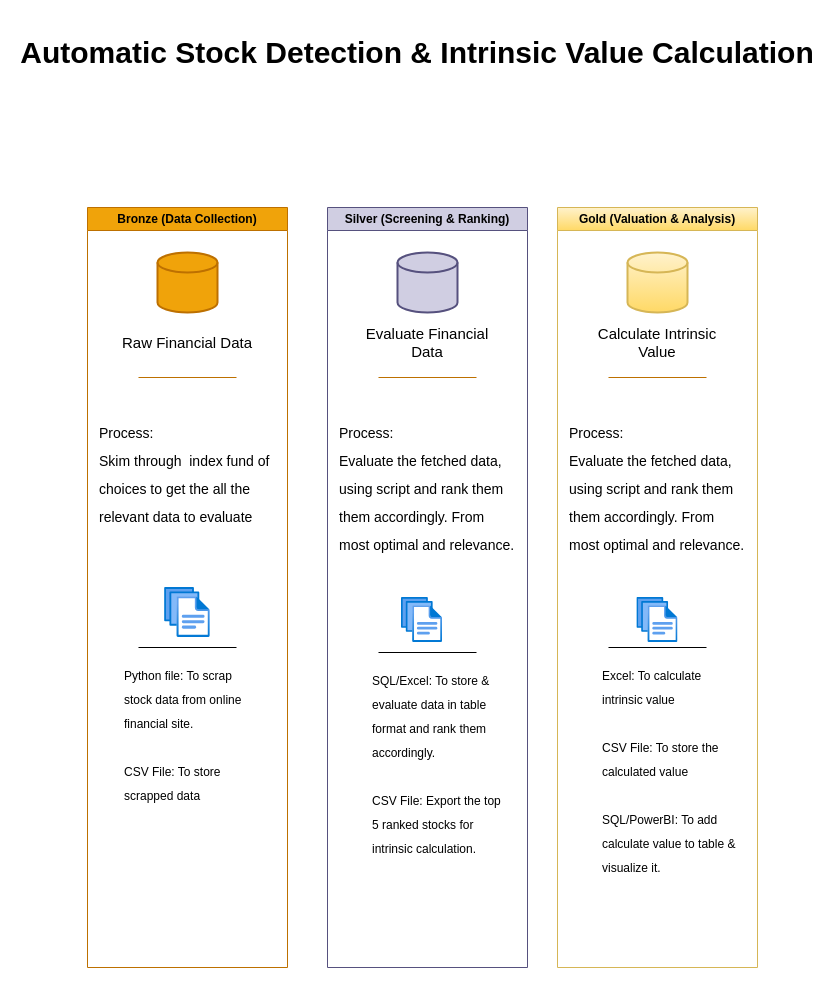
The draw.io diagram Automated Stock Screening & Intrinsic Valuation Pipeline.drawio in ChinKF99/Stock-Automation-Intrinsic-Value, before the edit. Source tidied: cells renumbered, new cells numbered last; positions are measured from the earlier drawing's top-left corner, leaving out a move shared by most shapes. Both pictures are drawn from the tidied source at 100%, with x=0, y=0 at pixel (17, 17).
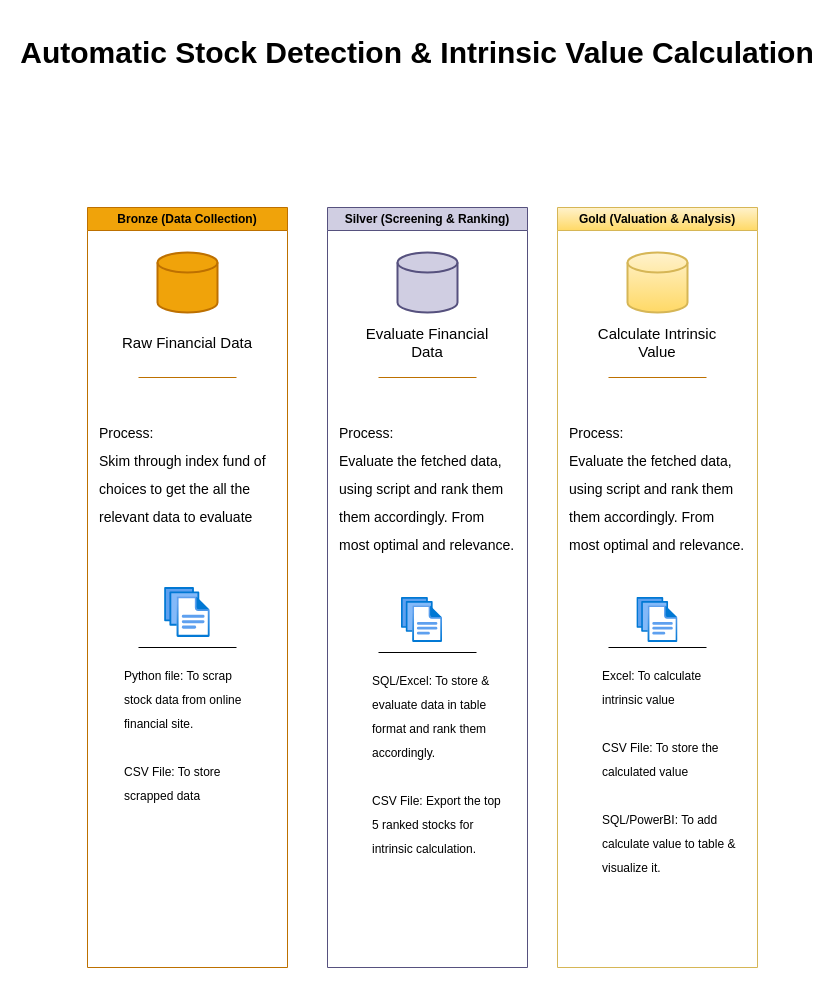
The same diagram, later.

Unchanged cells that the change refers to:
```xml
<mxCell id="2" value="Bronze (Data Collection)" style="swimlane;whiteSpace=wrap;html=1;fillColor=#f0a30a;fontColor=#000000;strokeColor=#BD7000;" parent="1" vertex="1">
  <mxGeometry x="70" y="190" width="200" height="760" as="geometry" />
</mxCell>
```

Change to the diagram source:
```diff
@@
-    <mxCell id="5" value="&lt;div style=&quot;line-height: 200%;&quot;&gt;Process:&lt;br&gt;&lt;div&gt;Skim through&amp;nbsp; index fund of choices to get the all the relevant data to evaluate&lt;/div&gt;&lt;/div&gt;" style="text;html=1;align=left;verticalAlign=top;whiteSpace=wrap;rounded=0;fontSize=14;" parent="2" vertex="1">
+    <mxCell id="5" value="&lt;div style=&quot;line-height: 200%;&quot;&gt;Process:&lt;br&gt;&lt;div&gt;Skim through index fund of choices to get the all the relevant data to evaluate&lt;/div&gt;&lt;/div&gt;" style="text;html=1;align=left;verticalAlign=top;whiteSpace=wrap;rounded=0;fontSize=14;" parent="2" vertex="1">
       <mxGeometry x="10" y="205" width="180" height="195" as="geometry" />
     </mxCell>
```
